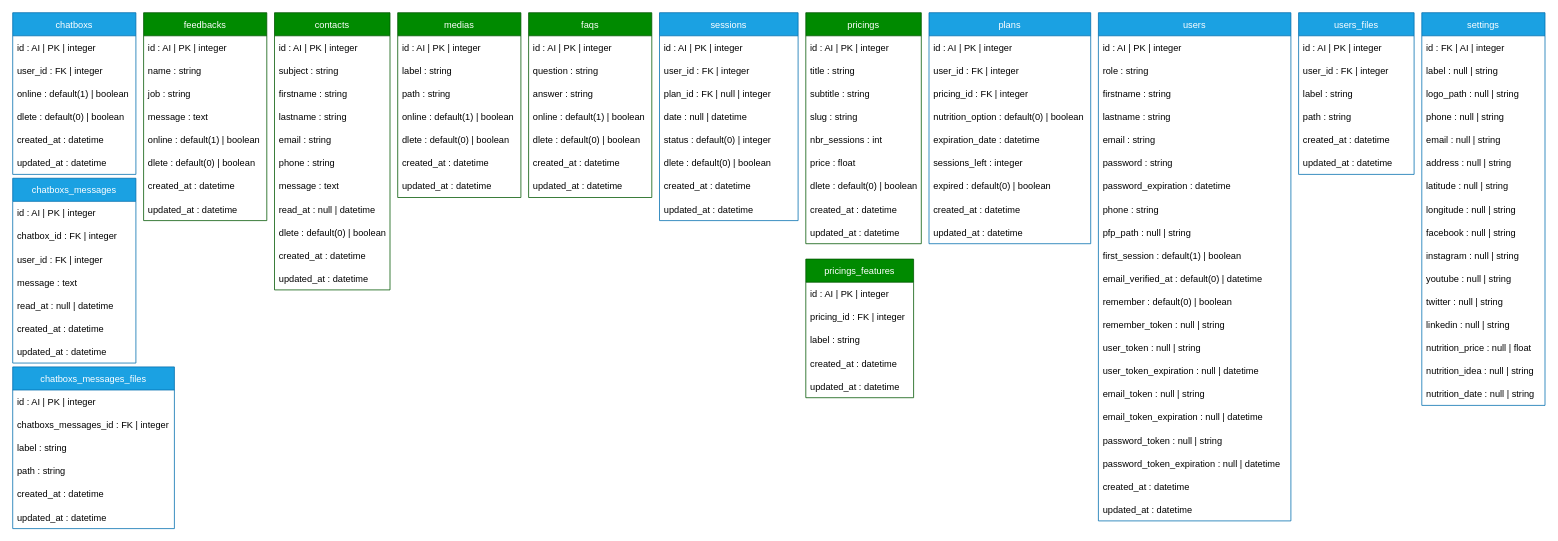
Before: page "BDD" (3 of 3) of architecture.drawio in HakimFIDJEL/jcoaching, a draw.io diagram. Source tidied: cells renumbered, new cells numbered last; positions are measured from the earlier drawing's top-left corner, leaving out a move shared by most shapes. Both pictures are drawn from the tidied source at 77%, with x=0, y=0 at pixel (12, 12).
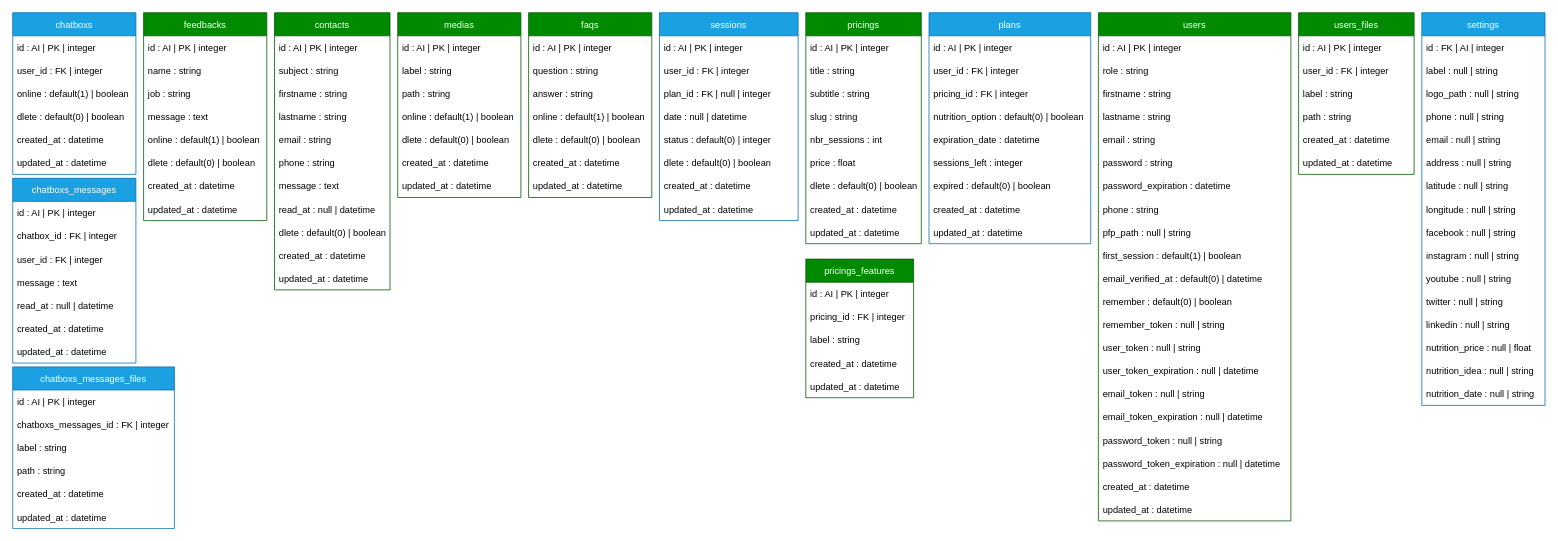
Above is the later version.

Diff of the diagram source:
```diff
@@
-    <mxCell id="2" value="users" style="swimlane;fontStyle=0;horizontal=1;startSize=30;fillColor=#1ba1e2;fontColor=#ffffff;strokeColor=#006EAF;" parent="1" vertex="1">
+    <mxCell id="2" value="users" style="swimlane;fontStyle=0;horizontal=1;startSize=30;fillColor=#008a00;fontColor=#ffffff;strokeColor=#005700;" parent="1" vertex="1">
       <mxGeometry x="1410" width="250" height="660" as="geometry" />
     </mxCell>
@@
-    <mxCell id="135" value="users_files" style="swimlane;fontStyle=0;horizontal=1;startSize=30;fillColor=#1ba1e2;fontColor=#ffffff;strokeColor=#006EAF;" parent="1" vertex="1">
+    <mxCell id="135" value="users_files" style="swimlane;fontStyle=0;horizontal=1;startSize=30;fillColor=#008a00;fontColor=#ffffff;strokeColor=#005700;" parent="1" vertex="1">
       <mxGeometry x="1670" width="150" height="210" as="geometry" />
     </mxCell>
```
